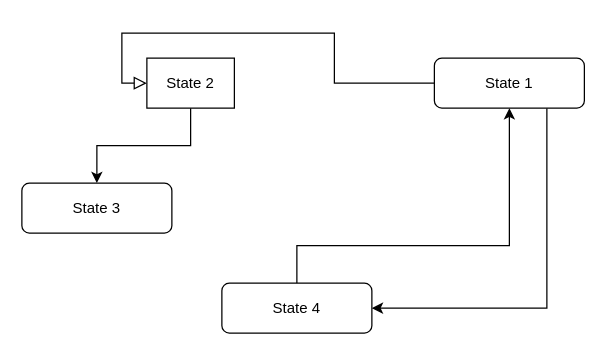
Hollow-Ice-Studio/GitInitials keeps this draw.io diagram as 1nnocent.drawio. Above is the earlier version. Source tidied: cells renumbered, new cells numbered last; positions are measured from the earlier drawing's top-left corner, leaving out a move shared by most shapes. Both pictures are drawn from the tidied source at 125%, with x=0, y=0 at pixel (21, 58).
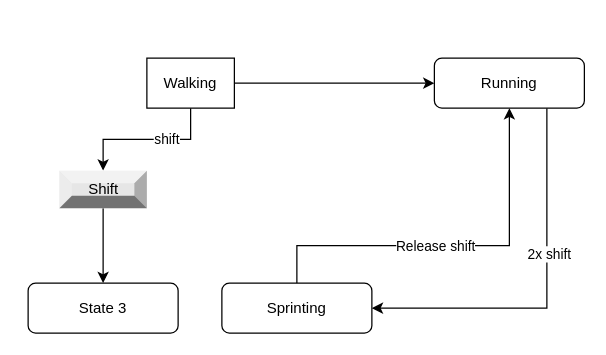
After the change.

Commit message:
Alteração de nomes inicial

Change to the diagram source:
```diff
@@
 <mxGraphModel>
   <root>
     <mxCell id="0" />
     <mxCell id="1" parent="0" />
-    <mxCell id="2" style="rounded=0;html=1;jettySize=auto;fontSize=11;endArrow=block;endFill=0;endSize=8;strokeWidth=1;shadow=0;labelBackgroundColor=none;edgeStyle=orthogonalEdgeStyle;entryX=0;entryY=0.5;entryDx=0;entryDy=0;" parent="1" edge="1" source="4" target="6">
-      <mxGeometry relative="1" as="geometry" />
-    </mxCell>
     <mxCell id="3" style="edgeStyle=orthogonalEdgeStyle;rounded=0;jettySize=auto;html=1;exitX=0.75;exitY=1;exitDx=0;exitDy=0;entryX=1;entryY=0.5;entryDx=0;entryDy=0;" parent="1" edge="1" source="4" target="9">
       <mxGeometry relative="1" as="geometry" />
     </mxCell>
+    <mxCell id="10" value="2x shift&lt;br&gt;" style="edgeLabel;html=1;align=center;verticalAlign=middle;" parent="3" vertex="1">
+      <mxGeometry x="-0.23" y="1" relative="1" as="geometry" />
+    </mxCell>
-    <mxCell id="4" value="State 1" style="rounded=1;whiteSpace=wrap;html=1;fontSize=12;glass=0;strokeWidth=1;shadow=0;" parent="1" vertex="1">
+    <mxCell id="4" value="Running" style="rounded=1;whiteSpace=wrap;html=1;fontSize=12;glass=0;strokeWidth=1;shadow=0;" parent="1" vertex="1">
       <mxGeometry x="330" width="120" height="40" as="geometry" />
     </mxCell>
-    <mxCell id="5" style="edgeStyle=orthogonalEdgeStyle;rounded=0;jettySize=auto;html=1;exitX=0.5;exitY=1;exitDx=0;exitDy=0;" parent="1" edge="1" source="6" target="7">
-      <mxGeometry relative="1" as="geometry" />
-    </mxCell>
+    <mxCell id="11" style="edgeStyle=orthogonalEdgeStyle;rounded=0;jettySize=auto;html=1;exitX=0.5;exitY=1;exitDx=0;exitDy=0;" parent="1" edge="1" source="6" target="16">
+      <mxGeometry relative="1" as="geometry" />
+    </mxCell>
+    <mxCell id="12" value="shift&lt;br&gt;" style="edgeLabel;html=1;align=center;verticalAlign=middle;" parent="11" vertex="1">
+      <mxGeometry x="-0.25" y="-1" relative="1" as="geometry" />
+    </mxCell>
+    <mxCell id="13" style="edgeStyle=orthogonalEdgeStyle;rounded=0;jettySize=auto;html=1;" parent="1" edge="1" source="6" target="4">
+      <mxGeometry relative="1" as="geometry" />
+    </mxCell>
-    <mxCell id="6" value="State 2" style="rounded=1;whiteSpace=wrap;html=1;fontSize=12;glass=0;strokeWidth=1;shadow=0;arcSize=0;" parent="1" vertex="1">
+    <mxCell id="6" value="Walking&lt;br&gt;" style="rounded=1;whiteSpace=wrap;html=1;fontSize=12;glass=0;strokeWidth=1;shadow=0;arcSize=0;" parent="1" vertex="1">
       <mxGeometry x="100" width="70" height="40" as="geometry" />
     </mxCell>
     <mxCell id="7" value="State 3" style="rounded=1;whiteSpace=wrap;html=1;fontSize=12;glass=0;strokeWidth=1;shadow=0;" parent="1" vertex="1">
-      <mxGeometry y="100" width="120" height="40" as="geometry" />
+      <mxGeometry x="5" y="180" width="120" height="40" as="geometry" />
     </mxCell>
     <mxCell id="8" style="edgeStyle=orthogonalEdgeStyle;rounded=0;jettySize=auto;html=1;exitX=0.5;exitY=0;exitDx=0;exitDy=0;" parent="1" edge="1" source="9" target="4">
       <mxGeometry relative="1" as="geometry">
         <Array as="points">
           <mxPoint x="220" y="150" />
           <mxPoint x="390" y="150" />
         </Array>
       </mxGeometry>
     </mxCell>
+    <mxCell id="14" value="Release shift" style="edgeLabel;html=1;align=center;verticalAlign=middle;" parent="8" vertex="1">
+      <mxGeometry x="0.13" relative="1" as="geometry">
+        <mxPoint x="-35" as="offset" />
+      </mxGeometry>
+    </mxCell>
-    <mxCell id="9" value="State 4" style="rounded=1;whiteSpace=wrap;html=1;fontSize=12;glass=0;strokeWidth=1;shadow=0;" parent="1" vertex="1">
+    <mxCell id="9" value="Sprinting&lt;br&gt;" style="rounded=1;whiteSpace=wrap;html=1;fontSize=12;glass=0;strokeWidth=1;shadow=0;" parent="1" vertex="1">
       <mxGeometry x="160" y="180" width="120" height="40" as="geometry" />
     </mxCell>
+    <mxCell id="15" style="edgeStyle=orthogonalEdgeStyle;rounded=0;jettySize=auto;html=1;" parent="1" edge="1" source="16" target="7">
+      <mxGeometry relative="1" as="geometry" />
+    </mxCell>
+    <mxCell id="16" value="Shift" style="labelPosition=center;verticalLabelPosition=middle;align=center;html=1;shape=mxgraph.basic.shaded_button;dx=10;fillColor=#E6E6E6;strokeColor=none;" parent="1" vertex="1">
+      <mxGeometry x="30" y="90" width="70" height="30" as="geometry" />
+    </mxCell>
   </root>
 </mxGraphModel>
```
